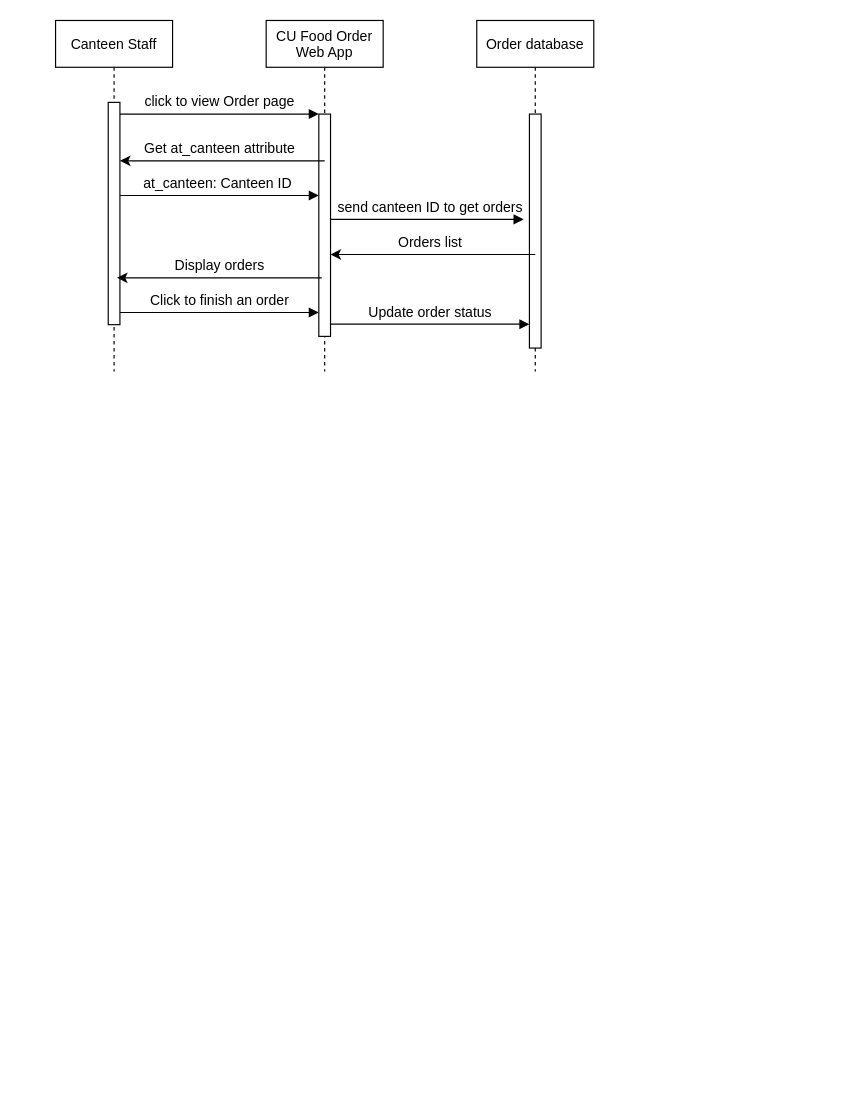
Above: Canteen_sequence.drawio in pond-nj/UML-csci3100 (draw.io), before the change. Source tidied: cells renumbered, new cells numbered last; positions are measured from the earlier drawing's top-left corner, leaving out a move shared by most shapes. Both pictures are drawn from the tidied source at 117%, with x=0, y=0 at pixel (55, 20).
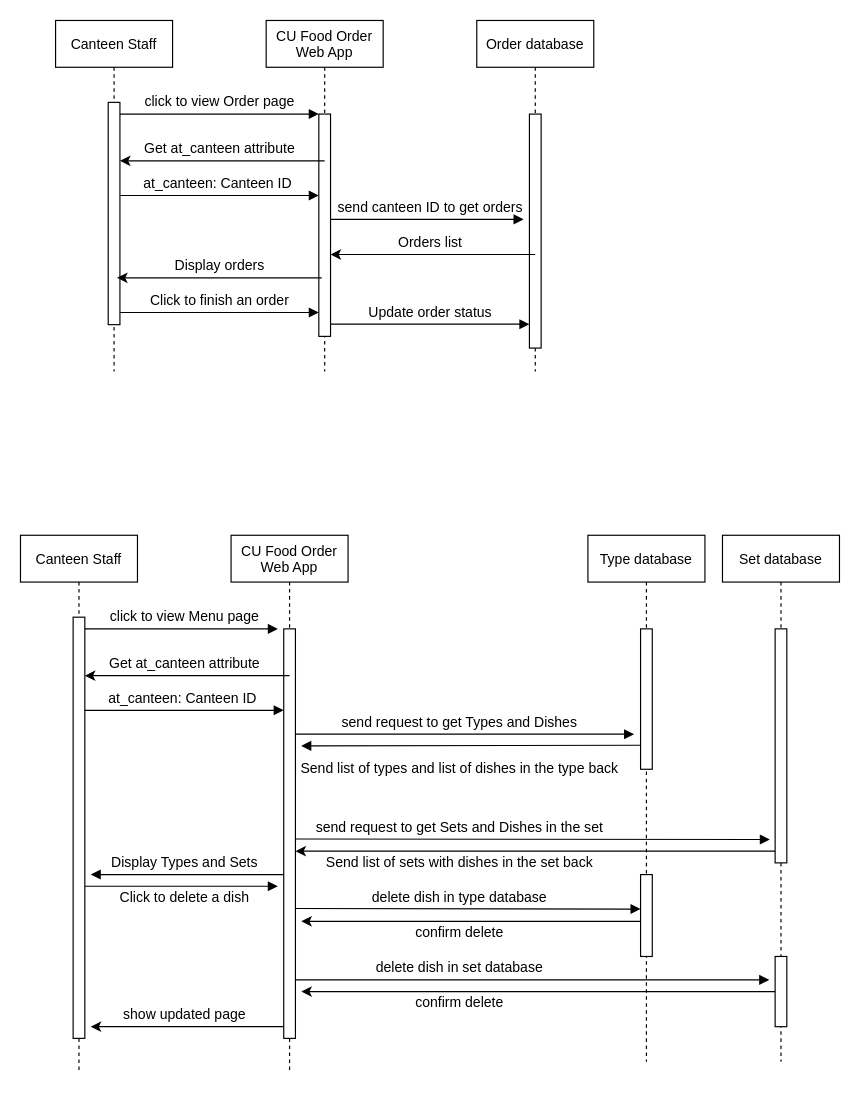
Above is the later version.

Change to the diagram source:
```diff
@@
+    <mxCell id="24" style="verticalAlign=bottom;endArrow=block;shadow=0;strokeWidth=1;entryX=-0.55;entryY=0.75;entryDx=0;entryDy=0;entryPerimeter=0;" parent="1" edge="1" target="41">
+      <mxGeometry relative="1" as="geometry">
+        <mxPoint x="200" y="610" as="sourcePoint" />
+      </mxGeometry>
+    </mxCell>
+    <mxCell id="25" value="Canteen Staff" style="shape=umlLifeline;perimeter=lifelinePerimeter;rounded=0;shadow=0;strokeWidth=1;" parent="1" vertex="1">
+      <mxGeometry x="-30" y="440" width="100" height="460" as="geometry" />
+    </mxCell>
+    <mxCell id="26" style="points=[];perimeter=orthogonalPerimeter;rounded=0;shadow=0;strokeWidth=1;" parent="25" vertex="1">
+      <mxGeometry x="45" y="70" width="10" height="360" as="geometry" />
+    </mxCell>
+    <mxCell id="27" style="verticalAlign=bottom;endArrow=none;shadow=0;strokeWidth=1;startArrow=block;startFill=1;endFill=0;" parent="25" edge="1">
+      <mxGeometry relative="1" as="geometry">
+        <mxPoint x="60" y="290" as="sourcePoint" />
+        <mxPoint x="225" y="290" as="targetPoint" />
+      </mxGeometry>
+    </mxCell>
+    <mxCell id="28" style="endArrow=classic;html=1;rounded=0;" parent="25" edge="1">
+      <mxGeometry relative="1" as="geometry">
+        <mxPoint x="225.5" y="420" as="sourcePoint" />
+        <mxPoint x="60" y="420" as="targetPoint" />
+        <Array as="points">
+          <mxPoint x="185.5" y="420" />
+          <mxPoint x="135.5" y="420" />
+        </Array>
+      </mxGeometry>
+    </mxCell>
+    <mxCell id="29" value="CU Food Order&#10;Web App" style="shape=umlLifeline;perimeter=lifelinePerimeter;rounded=0;shadow=0;strokeWidth=1;" parent="1" vertex="1">
+      <mxGeometry x="150" y="440" width="100" height="460" as="geometry" />
+    </mxCell>
+    <mxCell id="30" style="perimeter=orthogonalPerimeter;rounded=0;shadow=0;strokeWidth=1;" parent="29" vertex="1">
+      <mxGeometry x="45" y="80" width="10" height="350" as="geometry" />
+    </mxCell>
+    <mxCell id="31" style="verticalAlign=bottom;endArrow=block;shadow=0;strokeWidth=1;" parent="1" edge="1" source="26">
+      <mxGeometry relative="1" as="geometry">
+        <mxPoint x="190" y="520" as="targetPoint" />
+      </mxGeometry>
+    </mxCell>
+    <mxCell id="32" value="click to view Menu page" style="text;html=1;align=center;verticalAlign=middle;strokeColor=none;fillColor=none;" parent="1" vertex="1">
+      <mxGeometry x="40" y="500" width="140" height="20" as="geometry" />
+    </mxCell>
+    <mxCell id="33" value="send request to get Types and Dishes" style="text;html=1;align=center;verticalAlign=middle;strokeColor=none;fillColor=none;" parent="1" vertex="1">
+      <mxGeometry x="235" y="590" width="220" height="20" as="geometry" />
+    </mxCell>
+    <mxCell id="34" style="endArrow=classic;html=1;rounded=0;" parent="1" edge="1" target="26">
+      <mxGeometry relative="1" as="geometry">
+        <mxPoint x="200" y="560" as="sourcePoint" />
+        <Array as="points">
+          <mxPoint x="160" y="560" />
+          <mxPoint x="110" y="560" />
+        </Array>
+      </mxGeometry>
+    </mxCell>
+    <mxCell id="35" value="Get at_canteen attribute" style="text;html=1;align=center;verticalAlign=middle;strokeColor=none;fillColor=none;" parent="1" vertex="1">
+      <mxGeometry x="40" y="540" width="140" height="20" as="geometry" />
+    </mxCell>
+    <mxCell id="36" style="verticalAlign=bottom;endArrow=block;entryX=0;entryY=0;shadow=0;strokeWidth=1;" parent="1" edge="1">
+      <mxGeometry relative="1" as="geometry">
+        <mxPoint x="25" y="589.6" as="sourcePoint" />
+        <mxPoint x="195" y="589.6" as="targetPoint" />
+      </mxGeometry>
+    </mxCell>
+    <mxCell id="37" value="at_canteen: Canteen ID&amp;nbsp;" style="text;html=1;align=center;verticalAlign=middle;strokeColor=none;fillColor=none;" parent="1" vertex="1">
+      <mxGeometry x="35" y="570" width="150" height="20" as="geometry" />
+    </mxCell>
+    <mxCell id="38" value="delete dish in set database" style="text;html=1;align=center;verticalAlign=middle;strokeColor=none;fillColor=none;" parent="1" vertex="1">
+      <mxGeometry x="265" y="800" width="160" height="20" as="geometry" />
+    </mxCell>
+    <mxCell id="39" style="verticalAlign=bottom;endArrow=block;shadow=0;strokeWidth=1;entryX=-0.45;entryY=0.9;entryDx=0;entryDy=0;entryPerimeter=0;" parent="1" edge="1" target="46">
+      <mxGeometry relative="1" as="geometry">
+        <mxPoint x="205" y="699.6" as="sourcePoint" />
+      </mxGeometry>
+    </mxCell>
+    <mxCell id="40" value="Type database" style="shape=umlLifeline;perimeter=lifelinePerimeter;rounded=0;shadow=0;strokeWidth=1;" parent="1" vertex="1">
+      <mxGeometry x="455" y="440" width="100" height="450" as="geometry" />
+    </mxCell>
+    <mxCell id="41" style="points=[];perimeter=orthogonalPerimeter;rounded=0;shadow=0;strokeWidth=1;" parent="40" vertex="1">
+      <mxGeometry x="45" y="80" width="10" height="120" as="geometry" />
+    </mxCell>
+    <mxCell id="42" style="endArrow=classic;html=1;rounded=0;" parent="40" edge="1">
+      <mxGeometry relative="1" as="geometry">
+        <mxPoint x="165" y="270" as="sourcePoint" />
+        <mxPoint x="-250" y="270" as="targetPoint" />
+        <Array as="points">
+          <mxPoint x="5.5" y="270" />
+          <mxPoint x="-44.5" y="270" />
+        </Array>
+      </mxGeometry>
+    </mxCell>
+    <mxCell id="43" style="perimeter=orthogonalPerimeter;rounded=0;shadow=0;strokeWidth=1;" parent="40" vertex="1">
+      <mxGeometry x="45" y="290" width="10" height="70" as="geometry" />
+    </mxCell>
+    <mxCell id="44" style="endArrow=classic;html=1;rounded=0;" parent="40" edge="1">
+      <mxGeometry relative="1" as="geometry">
+        <mxPoint x="160" y="390" as="sourcePoint" />
+        <mxPoint x="-245" y="390" as="targetPoint" />
+        <Array as="points">
+          <mxPoint x="120" y="390" />
+          <mxPoint x="70" y="390" />
+        </Array>
+      </mxGeometry>
+    </mxCell>
+    <mxCell id="45" value="Set database" style="shape=umlLifeline;perimeter=lifelinePerimeter;rounded=0;shadow=0;strokeWidth=1;" parent="1" vertex="1">
+      <mxGeometry x="570" y="440" width="100" height="450" as="geometry" />
+    </mxCell>
+    <mxCell id="46" style="points=[];perimeter=orthogonalPerimeter;rounded=0;shadow=0;strokeWidth=1;" parent="45" vertex="1">
+      <mxGeometry x="45" y="80" width="10" height="200" as="geometry" />
+    </mxCell>
+    <mxCell id="47" style="perimeter=orthogonalPerimeter;rounded=0;shadow=0;strokeWidth=1;" parent="45" vertex="1">
+      <mxGeometry x="45" y="360" width="10" height="60" as="geometry" />
+    </mxCell>
+    <mxCell id="48" value="Send list of types and list of dishes in the type back" style="text;html=1;align=center;verticalAlign=middle;strokeColor=none;fillColor=none;" parent="1" vertex="1">
+      <mxGeometry x="200" y="630" width="290" height="20" as="geometry" />
+    </mxCell>
+    <mxCell id="49" value="send request to get Sets and Dishes in the set" style="text;html=1;align=center;verticalAlign=middle;strokeColor=none;fillColor=none;" parent="1" vertex="1">
+      <mxGeometry x="215" y="680" width="260" height="20" as="geometry" />
+    </mxCell>
+    <mxCell id="50" value="Send list of sets with dishes in the set back" style="text;html=1;align=center;verticalAlign=middle;strokeColor=none;fillColor=none;" parent="1" vertex="1">
+      <mxGeometry x="225" y="710" width="240" height="20" as="geometry" />
+    </mxCell>
+    <mxCell id="51" style="verticalAlign=bottom;endArrow=none;shadow=0;strokeWidth=1;startArrow=block;startFill=1;endFill=0;" parent="1" edge="1">
+      <mxGeometry relative="1" as="geometry">
+        <mxPoint x="210" y="620" as="sourcePoint" />
+        <mxPoint x="499.5" y="619.5" as="targetPoint" />
+      </mxGeometry>
+    </mxCell>
+    <mxCell id="52" style="verticalAlign=bottom;endArrow=block;shadow=0;strokeWidth=1;" parent="1" edge="1">
+      <mxGeometry relative="1" as="geometry">
+        <mxPoint x="205" y="820" as="sourcePoint" />
+        <mxPoint x="610" y="820" as="targetPoint" />
+      </mxGeometry>
+    </mxCell>
+    <mxCell id="53" value="Display Types and Sets" style="text;html=1;align=center;verticalAlign=middle;strokeColor=none;fillColor=none;" parent="1" vertex="1">
+      <mxGeometry x="40" y="710" width="140" height="20" as="geometry" />
+    </mxCell>
+    <mxCell id="54" style="verticalAlign=bottom;endArrow=block;shadow=0;strokeWidth=1;" parent="1" edge="1">
+      <mxGeometry relative="1" as="geometry">
+        <mxPoint x="25" y="740" as="sourcePoint" />
+        <mxPoint x="190" y="740" as="targetPoint" />
+      </mxGeometry>
+    </mxCell>
+    <mxCell id="55" value="Click to delete a dish" style="text;html=1;align=center;verticalAlign=middle;strokeColor=none;fillColor=none;" parent="1" vertex="1">
+      <mxGeometry x="45" y="740" width="130" height="20" as="geometry" />
+    </mxCell>
+    <mxCell id="56" style="verticalAlign=bottom;endArrow=block;shadow=0;strokeWidth=1;" parent="1" edge="1">
+      <mxGeometry relative="1" as="geometry">
+        <mxPoint x="205" y="759" as="sourcePoint" />
+        <mxPoint x="500" y="759.5" as="targetPoint" />
+      </mxGeometry>
+    </mxCell>
+    <mxCell id="57" value="delete dish in type database" style="text;html=1;align=center;verticalAlign=middle;strokeColor=none;fillColor=none;" parent="1" vertex="1">
+      <mxGeometry x="260" y="740" width="170" height="20" as="geometry" />
+    </mxCell>
+    <mxCell id="58" style="endArrow=classic;html=1;rounded=0;" parent="1" edge="1">
+      <mxGeometry relative="1" as="geometry">
+        <mxPoint x="500" y="770" as="sourcePoint" />
+        <mxPoint x="210" y="770" as="targetPoint" />
+        <Array as="points">
+          <mxPoint x="460" y="770" />
+          <mxPoint x="410" y="770" />
+        </Array>
+      </mxGeometry>
+    </mxCell>
+    <mxCell id="59" value="confirm delete" style="text;html=1;align=center;verticalAlign=middle;strokeColor=none;fillColor=none;" parent="1" vertex="1">
+      <mxGeometry x="300" y="770" width="90" height="20" as="geometry" />
+    </mxCell>
+    <mxCell id="60" value="confirm delete" style="text;html=1;align=center;verticalAlign=middle;strokeColor=none;fillColor=none;" parent="1" vertex="1">
+      <mxGeometry x="300" y="830" width="90" height="20" as="geometry" />
+    </mxCell>
+    <mxCell id="61" value="show updated page" style="text;html=1;align=center;verticalAlign=middle;strokeColor=none;fillColor=none;" parent="1" vertex="1">
+      <mxGeometry x="50" y="840" width="120" height="20" as="geometry" />
+    </mxCell>
```
